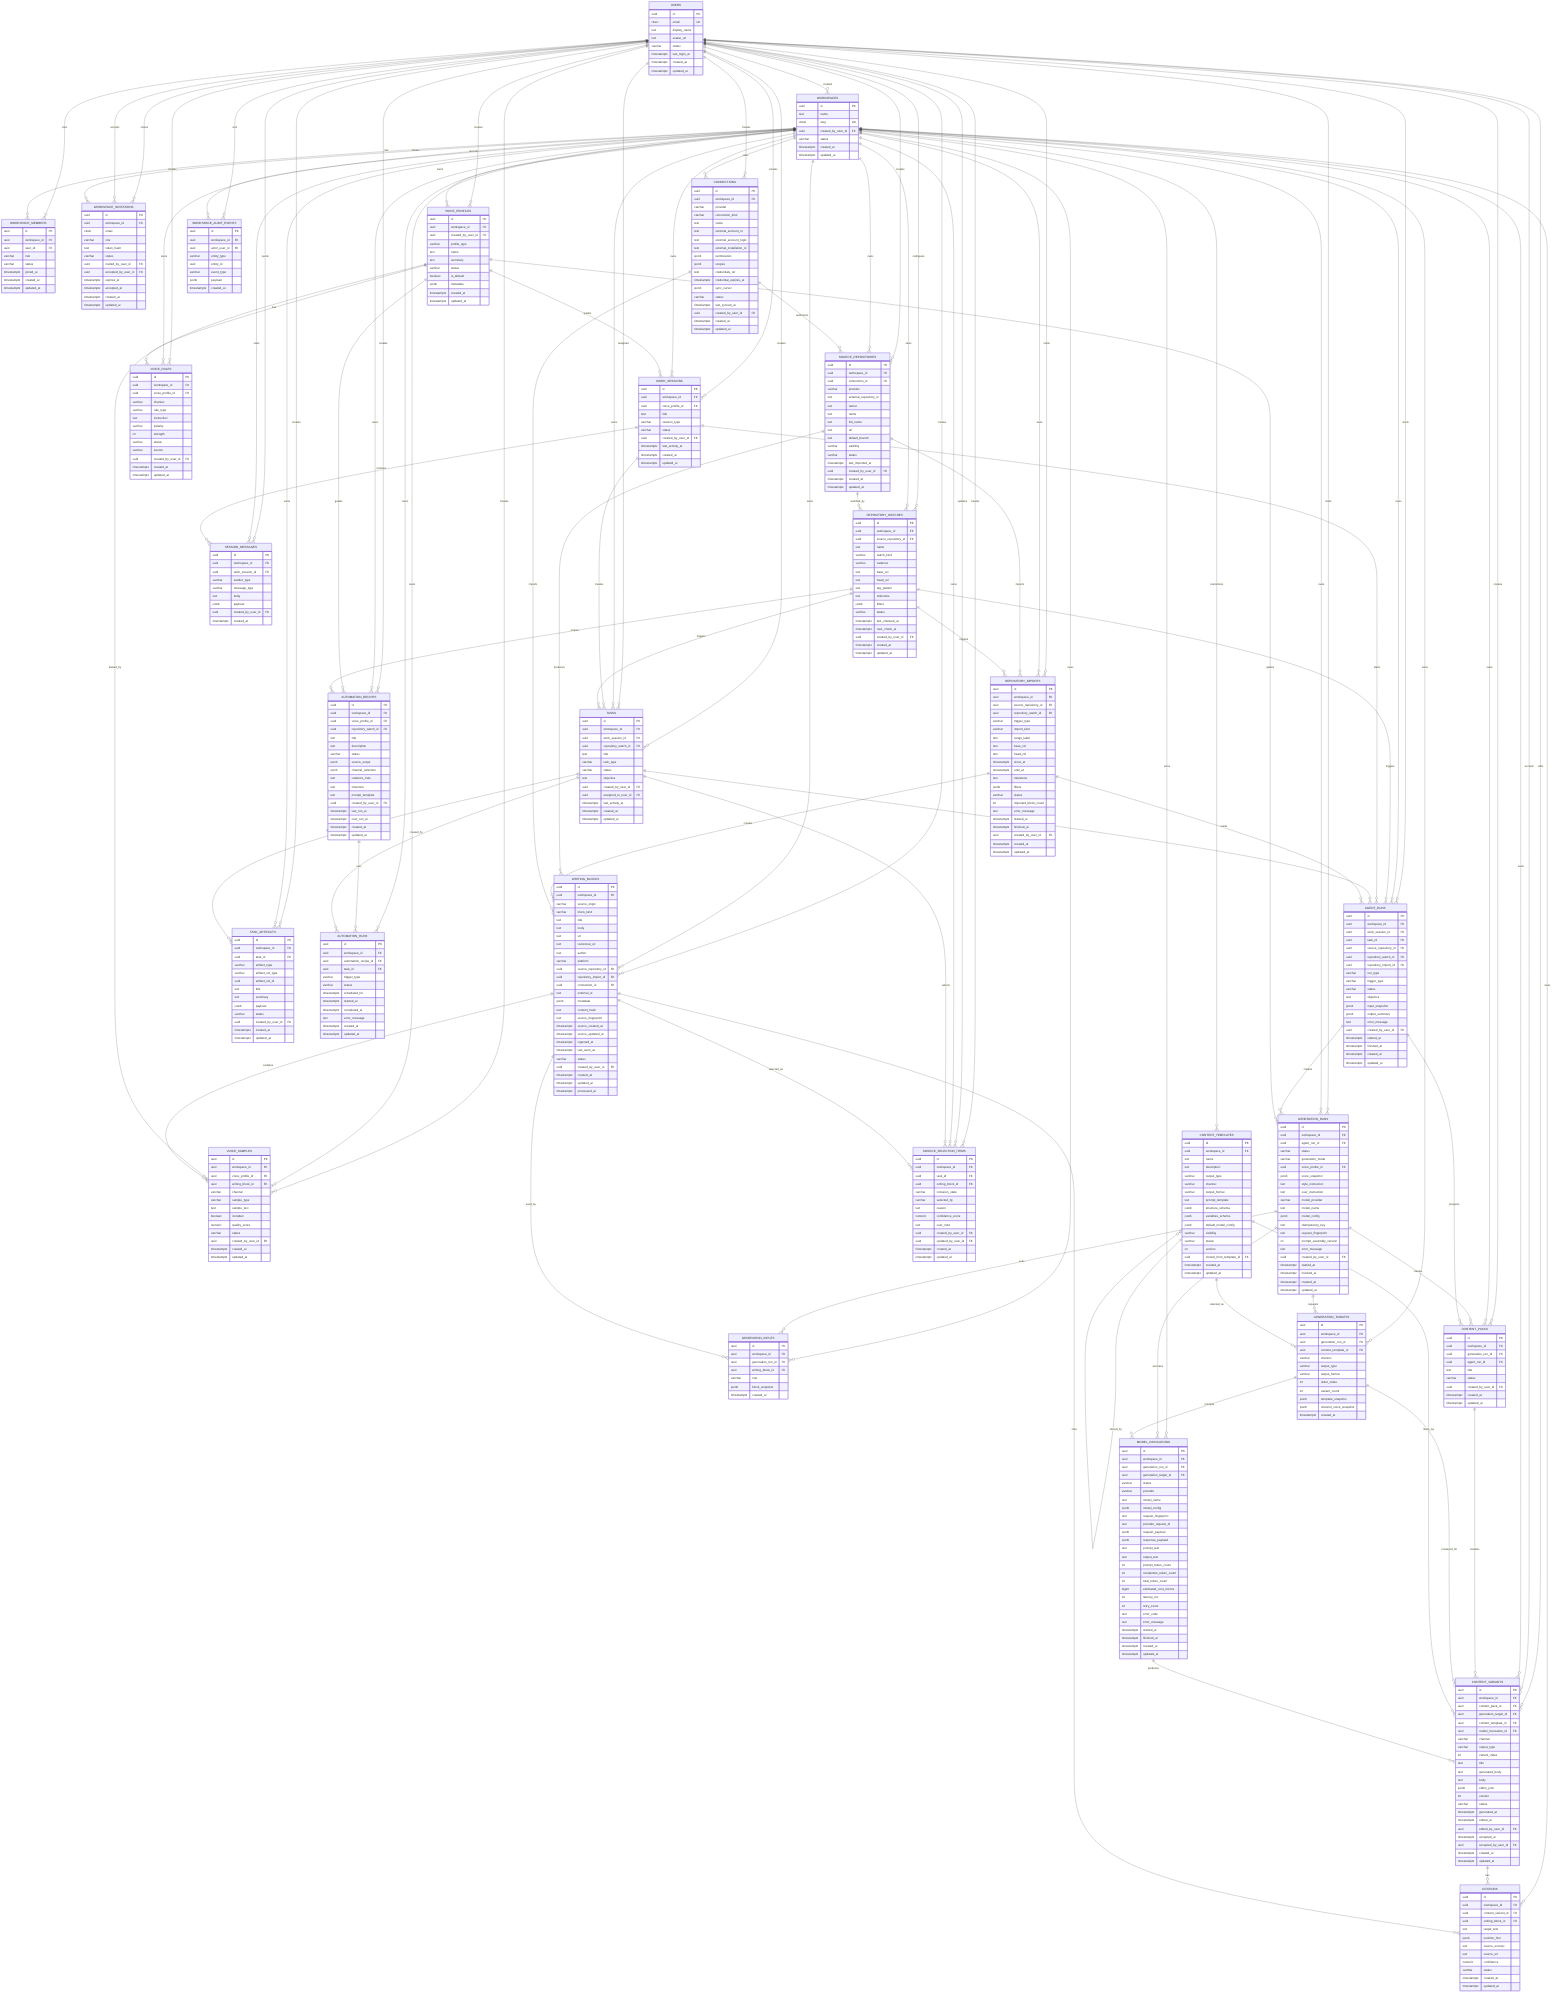
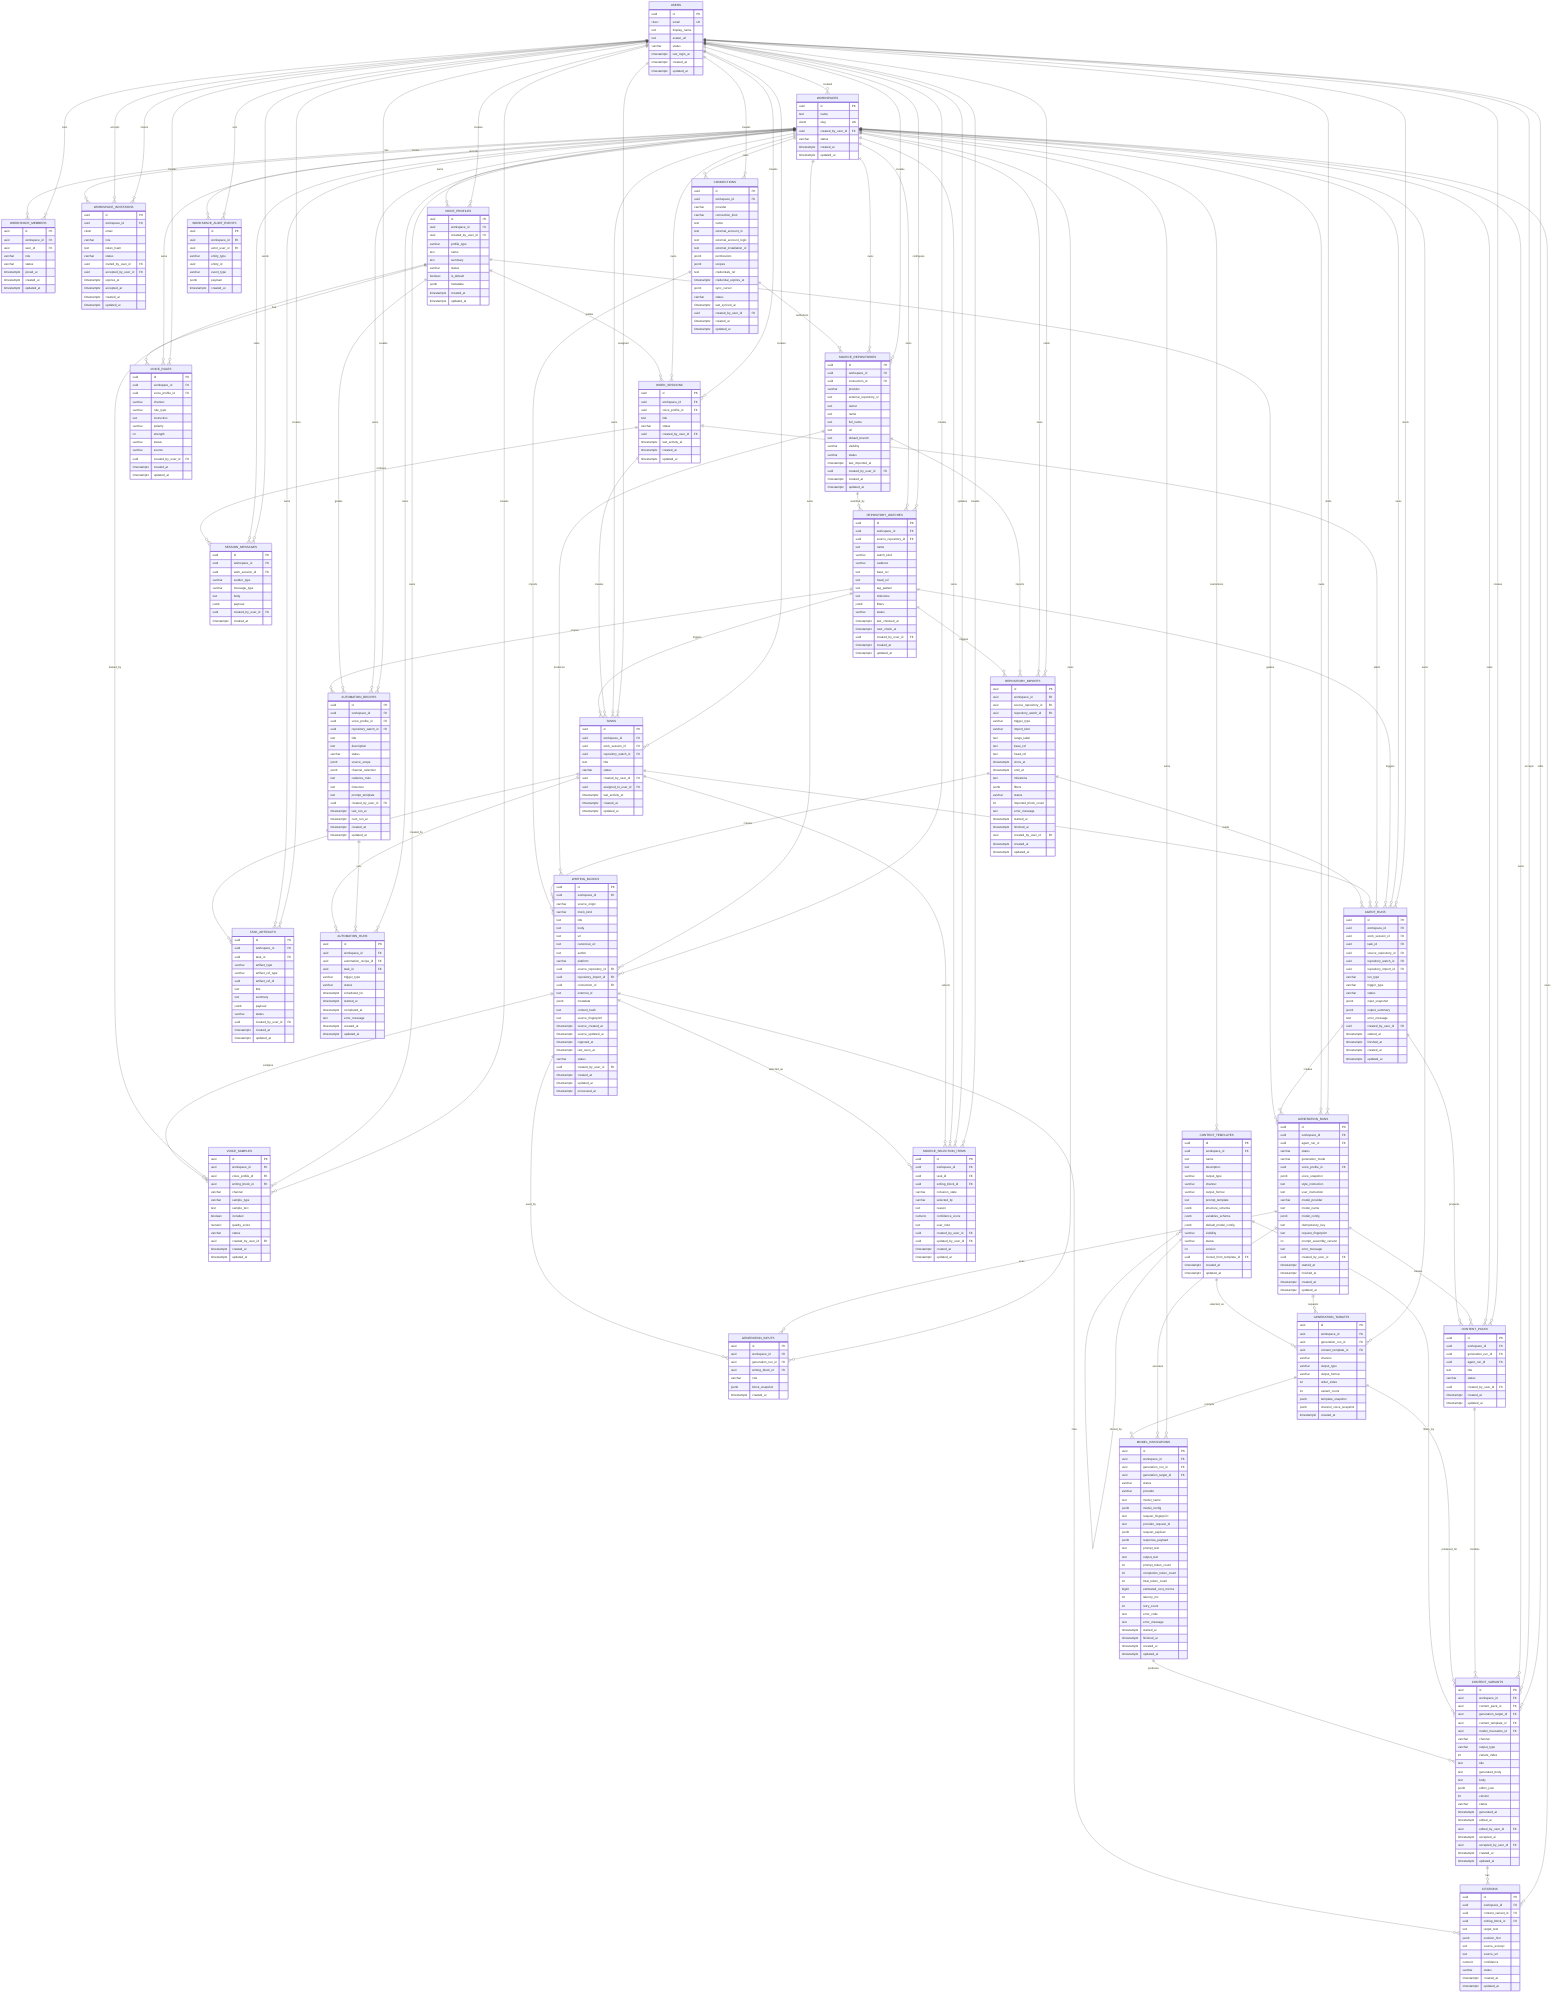
erDiagram
    USERS {
        uuid id PK
        citext email UK
        text display_name
        text avatar_url
        varchar status
        timestamptz last_login_at
        timestamptz created_at
        timestamptz updated_at
    }

    WORKSPACES {
        uuid id PK
        text name
        citext slug UK
        uuid created_by_user_id FK
        varchar status
        timestamptz created_at
        timestamptz updated_at
    }

    WORKSPACE_MEMBERS {
        uuid id PK
        uuid workspace_id FK
        uuid user_id FK
        varchar role
        varchar status
        timestamptz joined_at
        timestamptz created_at
        timestamptz updated_at
    }

    WORKSPACE_INVITATIONS {
        uuid id PK
        uuid workspace_id FK
        citext email
        varchar role
        text token_hash
        varchar status
        uuid invited_by_user_id FK
        uuid accepted_by_user_id FK
        timestamptz expires_at
        timestamptz accepted_at
        timestamptz created_at
        timestamptz updated_at
    }

    SOURCE_REPOSITORIES {
        uuid id PK
        uuid workspace_id FK
        uuid connection_id FK
        varchar provider
        text external_repository_id
        text owner
        text name
        text full_name
        text url
        text default_branch
        varchar visibility
        varchar status
        timestamptz last_imported_at
        uuid created_by_user_id FK
        timestamptz created_at
        timestamptz updated_at
    }

    REPOSITORY_WATCHES {
        uuid id PK
        uuid workspace_id FK
        uuid source_repository_id FK
        text name
        varchar watch_kind
        varchar cadence
        text base_ref
        text head_ref
        text tag_pattern
        text milestone
        jsonb filters
        varchar status
        timestamptz last_checked_at
        timestamptz next_check_at
        uuid created_by_user_id FK
        timestamptz created_at
        timestamptz updated_at
    }

    REPOSITORY_IMPORTS {
        uuid id PK
        uuid workspace_id FK
        uuid source_repository_id FK
        uuid repository_watch_id FK
        varchar trigger_type
        varchar import_kind
        text range_label
        text base_ref
        text head_ref
        timestamptz since_at
        timestamptz until_at
        text milestone
        jsonb filters
        varchar status
        int imported_block_count
        text error_message
        timestamptz started_at
        timestamptz finished_at
        uuid created_by_user_id FK
        timestamptz created_at
        timestamptz updated_at
    }

    CONNECTIONS {
        uuid id PK
        uuid workspace_id FK
        varchar provider
        varchar connection_kind
        text name
        text external_account_id
        text external_account_login
        text external_installation_id
        jsonb permissions
        jsonb scopes
        text credentials_ref
        timestamptz credential_expires_at
        jsonb sync_cursor
        varchar status
        timestamptz last_synced_at
        uuid created_by_user_id FK
        timestamptz created_at
        timestamptz updated_at
    }

    WRITING_BLOCKS {
        uuid id PK
        uuid workspace_id FK
        varchar source_origin
        varchar block_kind
        text title
        text body
        text url
        text canonical_url
        text author
        varchar platform
        uuid source_repository_id FK
        uuid repository_import_id FK
        uuid connection_id FK
        text external_id
        jsonb metadata
        text content_hash
        text source_fingerprint
        timestamptz source_created_at
        timestamptz source_updated_at
        timestamptz ingested_at
        timestamptz last_seen_at
        varchar status
        uuid created_by_user_id FK
        timestamptz created_at
        timestamptz updated_at
        timestamptz processed_at
    }

    VOICE_PROFILES {
        uuid id PK
        uuid workspace_id FK
        uuid created_by_user_id FK
        varchar profile_type
        text name
        text summary
        varchar status
        boolean is_default
        jsonb metadata
        timestamptz created_at
        timestamptz updated_at
    }

    VOICE_SAMPLES {
        uuid id PK
        uuid workspace_id FK
        uuid voice_profile_id FK
        uuid writing_block_id FK
        varchar channel
        varchar sample_type
        text sample_text
        boolean included
        numeric quality_score
        varchar status
        uuid created_by_user_id FK
        timestamptz created_at
        timestamptz updated_at
    }

    VOICE_RULES {
        uuid id PK
        uuid workspace_id FK
        uuid voice_profile_id FK
        varchar channel
        varchar rule_type
        text instruction
        varchar polarity
        int strength
        varchar status
        varchar source
        uuid created_by_user_id FK
        timestamptz created_at
        timestamptz updated_at
    }

    CONTENT_TEMPLATES {
        uuid id PK
        uuid workspace_id FK
        text name
        text description
        varchar output_type
        varchar channel
        varchar output_format
        text prompt_template
        jsonb structure_schema
        jsonb variables_schema
        jsonb default_model_config
        varchar visibility
        varchar status
        int version
        uuid cloned_from_template_id FK
        timestamptz created_at
        timestamptz updated_at
    }

    WORK_SESSIONS {
        uuid id PK
        uuid workspace_id FK
        uuid voice_profile_id FK
        text title
-         varchar session_type
        varchar status
        uuid created_by_user_id FK
        timestamptz last_activity_at
        timestamptz created_at
        timestamptz updated_at
    }

    SESSION_MESSAGES {
        uuid id PK
        uuid workspace_id FK
        uuid work_session_id FK
        varchar sender_type
        varchar message_type
        text body
        jsonb payload
        uuid created_by_user_id FK
        timestamptz created_at
    }

    TASKS {
        uuid id PK
        uuid workspace_id FK
        uuid work_session_id FK
        uuid repository_watch_id FK
        text title
-         varchar task_type
-         varchar status
-         text objective
+         varchar status
        uuid created_by_user_id FK
        uuid assigned_to_user_id FK
        timestamptz last_activity_at
        timestamptz created_at
        timestamptz updated_at
    }

    TASK_ARTIFACTS {
        uuid id PK
        uuid workspace_id FK
        uuid task_id FK
        varchar artifact_type
        varchar artifact_ref_type
        uuid artifact_ref_id
        text title
        text summary
        jsonb payload
        varchar status
        uuid created_by_user_id FK
        timestamptz created_at
        timestamptz updated_at
    }

    SOURCE_SELECTION_ITEMS {
        uuid id PK
        uuid workspace_id FK
        uuid task_id FK
        uuid writing_block_id FK
        varchar inclusion_state
        varchar selected_by
        text reason
        numeric confidence_score
        text user_note
        uuid created_by_user_id FK
        uuid updated_by_user_id FK
        timestamptz created_at
        timestamptz updated_at
    }

    AUTOMATION_RECIPES {
        uuid id PK
        uuid workspace_id FK
        uuid voice_profile_id FK
        uuid repository_watch_id FK
        text title
        text description
        varchar status
        jsonb source_scope
        jsonb channel_selection
        text cadence_rrule
        text timezone
        text prompt_template
        uuid created_by_user_id FK
        timestamptz last_run_at
        timestamptz next_run_at
        timestamptz created_at
        timestamptz updated_at
    }

    AUTOMATION_RUNS {
        uuid id PK
        uuid workspace_id FK
        uuid automation_recipe_id FK
        uuid task_id FK
        varchar trigger_type
        varchar status
        timestamptz scheduled_for
        timestamptz started_at
        timestamptz completed_at
        text error_message
        timestamptz created_at
        timestamptz updated_at
    }

    AGENT_RUNS {
        uuid id PK
        uuid workspace_id FK
        uuid work_session_id FK
        uuid task_id FK
        uuid source_repository_id FK
        uuid repository_watch_id FK
        uuid repository_import_id FK
        varchar run_type
        varchar trigger_type
        varchar status
-         text objective
        jsonb input_snapshot
        jsonb output_summary
        text error_message
        uuid created_by_user_id FK
        timestamptz started_at
        timestamptz finished_at
        timestamptz created_at
        timestamptz updated_at
    }

    GENERATION_RUNS {
        uuid id PK
        uuid workspace_id FK
        uuid agent_run_id FK
        varchar status
        varchar generation_mode
        uuid voice_profile_id FK
        jsonb voice_snapshot
        text style_instruction
        text user_instruction
        varchar model_provider
        text model_name
        jsonb model_config
        text idempotency_key
        text request_fingerprint
        int prompt_assembly_version
        text error_message
        uuid created_by_user_id FK
        timestamptz started_at
        timestamptz finished_at
        timestamptz created_at
        timestamptz updated_at
    }

    GENERATION_INPUTS {
        uuid id PK
        uuid workspace_id FK
        uuid generation_run_id FK
        uuid writing_block_id FK
        varchar role
        jsonb block_snapshot
        timestamptz created_at
    }

    GENERATION_TARGETS {
        uuid id PK
        uuid workspace_id FK
        uuid generation_run_id FK
        uuid content_template_id FK
        varchar channel
        varchar output_type
        varchar output_format
        int order_index
        int variant_count
        jsonb template_snapshot
        jsonb channel_voice_snapshot
        timestamptz created_at
    }

    MODEL_INVOCATIONS {
        uuid id PK
        uuid workspace_id FK
        uuid generation_run_id FK
        uuid generation_target_id FK
        varchar status
        varchar provider
        text model_name
        jsonb model_config
        text request_fingerprint
        text provider_request_id
        jsonb request_payload
        jsonb response_payload
        text prompt_text
        text output_text
        int prompt_token_count
        int completion_token_count
        int total_token_count
        bigint estimated_cost_micros
        int latency_ms
        int retry_count
        text error_code
        text error_message
        timestamptz started_at
        timestamptz finished_at
        timestamptz created_at
        timestamptz updated_at
    }

    CONTENT_PACKS {
        uuid id PK
        uuid workspace_id FK
        uuid generation_run_id FK
        uuid agent_run_id FK
        text title
        varchar status
        uuid created_by_user_id FK
        timestamptz created_at
        timestamptz updated_at
    }

    CONTENT_VARIANTS {
        uuid id PK
        uuid workspace_id FK
        uuid content_pack_id FK
        uuid generation_target_id FK
        uuid content_template_id FK
        uuid model_invocation_id FK
        varchar channel
        varchar output_type
        int variant_index
        text title
        text generated_body
        text body
        jsonb editor_json
        int version
        varchar status
        timestamptz generated_at
        timestamptz edited_at
        uuid edited_by_user_id FK
        timestamptz accepted_at
        uuid accepted_by_user_id FK
        timestamptz created_at
        timestamptz updated_at
    }

    CITATIONS {
        uuid id PK
        uuid workspace_id FK
        uuid content_variant_id FK
        uuid writing_block_id FK
        text target_text
        jsonb position_hint
        text source_excerpt
        text source_url
        numeric confidence
        varchar status
        timestamptz created_at
        timestamptz updated_at
    }

    WORKSPACE_AUDIT_EVENTS {
        uuid id PK
        uuid workspace_id FK
        uuid actor_user_id FK
        varchar entity_type
        uuid entity_id
        varchar event_type
        jsonb payload
        timestamptz created_at
    }

    USERS ||--o{ WORKSPACES : created
    USERS ||--o{ WORKSPACE_MEMBERS : joins
    USERS ||--o{ WORKSPACE_INVITATIONS : invites
    USERS ||--o{ WORKSPACE_INVITATIONS : accepts
    USERS ||--o{ SOURCE_REPOSITORIES : creates
    USERS ||--o{ REPOSITORY_WATCHES : configures
    USERS ||--o{ REPOSITORY_IMPORTS : starts
    USERS ||--o{ CONNECTIONS : creates
    USERS ||--o{ WRITING_BLOCKS : creates
    USERS ||--o{ VOICE_PROFILES : creates
    USERS ||--o{ VOICE_SAMPLES : creates
    USERS ||--o{ VOICE_RULES : creates
    USERS ||--o{ WORK_SESSIONS : creates
    USERS ||--o{ SESSION_MESSAGES : sends
    USERS ||--o{ TASKS : creates
    USERS ||--o{ TASKS : assigned
    USERS ||--o{ TASK_ARTIFACTS : creates
    USERS ||--o{ SOURCE_SELECTION_ITEMS : creates
    USERS ||--o{ SOURCE_SELECTION_ITEMS : updates
    USERS ||--o{ AUTOMATION_RECIPES : creates
    USERS ||--o{ AGENT_RUNS : starts
    USERS ||--o{ GENERATION_RUNS : starts
    USERS ||--o{ CONTENT_PACKS : creates
    USERS ||--o{ CONTENT_VARIANTS : edits
    USERS ||--o{ CONTENT_VARIANTS : accepts
    USERS ||--o{ WORKSPACE_AUDIT_EVENTS : acts

    WORKSPACES ||--o{ WORKSPACE_MEMBERS : has
    WORKSPACES ||--o{ WORKSPACE_INVITATIONS : invites
    WORKSPACES ||--o{ SOURCE_REPOSITORIES : owns
    WORKSPACES ||--o{ REPOSITORY_WATCHES : owns
    WORKSPACES ||--o{ REPOSITORY_IMPORTS : owns
    WORKSPACES ||--o{ CONNECTIONS : owns
    WORKSPACES ||--o{ WRITING_BLOCKS : owns
    WORKSPACES ||--o{ VOICE_PROFILES : owns
    WORKSPACES ||--o{ VOICE_SAMPLES : owns
    WORKSPACES ||--o{ VOICE_RULES : owns
    WORKSPACES ||--o{ CONTENT_TEMPLATES : customizes
    WORKSPACES ||--o{ WORK_SESSIONS : owns
    WORKSPACES ||--o{ SESSION_MESSAGES : owns
    WORKSPACES ||--o{ TASKS : owns
    WORKSPACES ||--o{ TASK_ARTIFACTS : owns
    WORKSPACES ||--o{ SOURCE_SELECTION_ITEMS : owns
    WORKSPACES ||--o{ AUTOMATION_RECIPES : owns
    WORKSPACES ||--o{ AUTOMATION_RUNS : owns
    WORKSPACES ||--o{ AGENT_RUNS : owns
    WORKSPACES ||--o{ GENERATION_RUNS : owns
    WORKSPACES ||--o{ GENERATION_INPUTS : owns
    WORKSPACES ||--o{ GENERATION_TARGETS : owns
    WORKSPACES ||--o{ MODEL_INVOCATIONS : owns
    WORKSPACES ||--o{ CONTENT_PACKS : owns
    WORKSPACES ||--o{ CONTENT_VARIANTS : owns
    WORKSPACES ||--o{ CITATIONS : owns
    WORKSPACES ||--o{ WORKSPACE_AUDIT_EVENTS : records

    CONNECTIONS ||--o{ SOURCE_REPOSITORIES : authorizes
    SOURCE_REPOSITORIES ||--o{ REPOSITORY_WATCHES : watched_by
    SOURCE_REPOSITORIES ||--o{ REPOSITORY_IMPORTS : imports
    REPOSITORY_WATCHES ||--o{ REPOSITORY_IMPORTS : triggers
    SOURCE_REPOSITORIES ||--o{ WRITING_BLOCKS : produces
    REPOSITORY_IMPORTS ||--o{ WRITING_BLOCKS : creates
    CONNECTIONS ||--o{ WRITING_BLOCKS : imports
    VOICE_PROFILES ||--o{ VOICE_SAMPLES : trained_by
    WRITING_BLOCKS ||--o{ VOICE_SAMPLES : samples
    VOICE_PROFILES ||--o{ VOICE_RULES : has
    CONTENT_TEMPLATES ||--o{ CONTENT_TEMPLATES : cloned_by

    VOICE_PROFILES ||--o{ WORK_SESSIONS : guides
    WORK_SESSIONS ||--o{ SESSION_MESSAGES : contains
    WORK_SESSIONS ||--o{ TASKS : creates
    REPOSITORY_WATCHES ||--o{ TASKS : triggers
    TASKS ||--o{ TASK_ARTIFACTS : produces
    TASKS ||--o{ SOURCE_SELECTION_ITEMS : selects
    WRITING_BLOCKS ||--o{ SOURCE_SELECTION_ITEMS : selected_as
    VOICE_PROFILES ||--o{ AUTOMATION_RECIPES : guides
    REPOSITORY_WATCHES ||--o{ AUTOMATION_RECIPES : scopes
    AUTOMATION_RECIPES ||--o{ AUTOMATION_RUNS : runs
    TASKS ||--o{ AUTOMATION_RUNS : created_by

    REPOSITORY_WATCHES ||--o{ AGENT_RUNS : triggers
    WORK_SESSIONS ||--o{ AGENT_RUNS : starts
    TASKS ||--o{ AGENT_RUNS : executes
    REPOSITORY_IMPORTS ||--o{ AGENT_RUNS : feeds
    AGENT_RUNS ||--o{ GENERATION_RUNS : creates
    VOICE_PROFILES ||--o{ GENERATION_RUNS : guides
    GENERATION_RUNS ||--o{ GENERATION_INPUTS : uses
    WRITING_BLOCKS ||--o{ GENERATION_INPUTS : used_by
    GENERATION_RUNS ||--o{ GENERATION_TARGETS : requests
    CONTENT_TEMPLATES ||--o{ GENERATION_TARGETS : selected_as
    GENERATION_RUNS ||--o{ MODEL_INVOCATIONS : executes
    GENERATION_TARGETS ||--o{ MODEL_INVOCATIONS : prompts
    GENERATION_RUNS ||--o{ CONTENT_PACKS : creates
    AGENT_RUNS ||--o{ CONTENT_PACKS : prepares
    CONTENT_PACKS ||--o{ CONTENT_VARIANTS : contains
    GENERATION_TARGETS ||--o{ CONTENT_VARIANTS : produced_for
    CONTENT_TEMPLATES ||--o{ CONTENT_VARIANTS : filters_by
    MODEL_INVOCATIONS ||--o{ CONTENT_VARIANTS : produces
    CONTENT_VARIANTS ||--o{ CITATIONS : has
    WRITING_BLOCKS ||--o{ CITATIONS : cites
